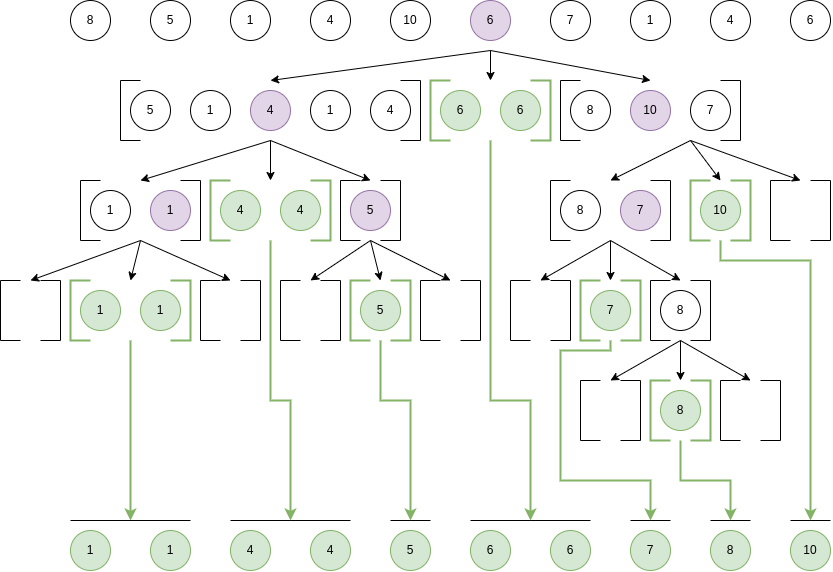
This is drawio/quick_sort_visualization.drawio.png from Daniel-March-Portfolio/.github, a draw.io export, as it was before one commit. Source tidied: cells renumbered, new cells last; positions are measured from the earlier drawing's top-left corner, leaving out a move shared by most shapes.
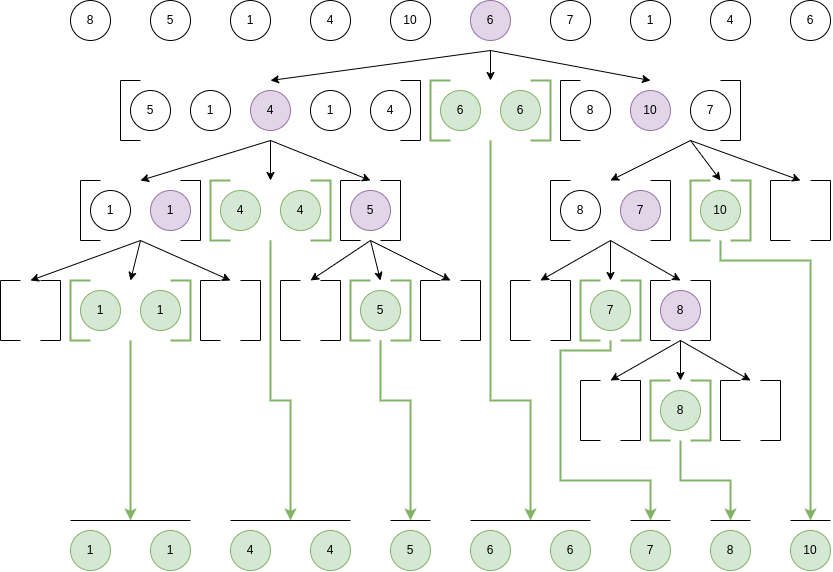
The same file after the commit.

What changed in the source:
```diff
@@ -566,7 +566,7 @@
         <mxPoint x="610" y="280" as="targetPoint" />
       </mxGeometry>
     </mxCell>
-    <mxCell id="88" value="8" style="ellipse;whiteSpace=wrap;html=1;" parent="1" vertex="1">
+    <mxCell id="88" value="8" style="ellipse;whiteSpace=wrap;html=1;fillColor=#e1d5e7;strokeColor=#9673a6;" parent="1" vertex="1">
       <mxGeometry x="660" y="290" width="40" height="40" as="geometry" />
     </mxCell>
     <mxCell id="89" style="endArrow=none;html=1;rounded=0;" parent="1" edge="1">
```
